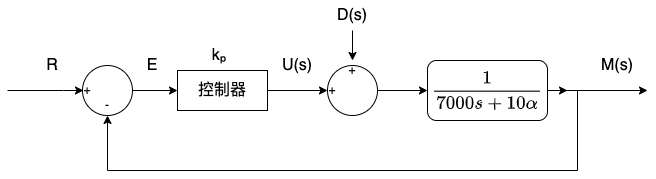
Above: images/block/prop.drawio.png in ivaquero/book-control (draw.io), before the change. Source tidied: cells renumbered, new cells last; positions are measured from the earlier drawing's top-left corner, leaving out a move shared by most shapes. Its diagram source:
```xml
<mxGraphModel math="1">
  <root>
    <mxCell id="0" />
    <mxCell id="1" parent="0" />
    <mxCell id="2" style="edgeStyle=orthogonalEdgeStyle;html=1;exitX=1;exitY=0.5;exitDx=0;exitDy=0;entryX=0.5;entryY=1;entryDx=0;entryDy=0;fontSize=16;rounded=0;" parent="1" edge="1" source="5" target="18">
      <mxGeometry relative="1" as="geometry">
        <Array as="points">
          <mxPoint x="570" y="90" />
          <mxPoint x="570" y="170" />
          <mxPoint x="100" y="170" />
        </Array>
      </mxGeometry>
    </mxCell>
    <mxCell id="3" style="edgeStyle=orthogonalEdgeStyle;rounded=0;html=1;exitX=1;exitY=0.5;exitDx=0;exitDy=0;fontSize=16;" parent="1" edge="1" source="5">
      <mxGeometry relative="1" as="geometry">
        <mxPoint x="560" y="90" as="targetPoint" />
      </mxGeometry>
    </mxCell>
    <mxCell id="4" style="edgeStyle=orthogonalEdgeStyle;rounded=0;html=1;exitX=1;exitY=0.5;exitDx=0;exitDy=0;fontSize=16;" parent="1" edge="1" source="5">
      <mxGeometry relative="1" as="geometry">
        <mxPoint x="640" y="90" as="targetPoint" />
      </mxGeometry>
    </mxCell>
    <mxCell id="5" value="$$\frac{1}{7000s + 10α}$$" style="rounded=1;whiteSpace=wrap;html=1;fontSize=16;" parent="1" vertex="1">
      <mxGeometry x="420" y="60" width="120" height="60" as="geometry" />
    </mxCell>
    <mxCell id="6" style="edgeStyle=none;html=1;" parent="1" edge="1" source="13" target="5">
      <mxGeometry relative="1" as="geometry" />
    </mxCell>
    <mxCell id="7" value="控制器" style="rounded=0;whiteSpace=wrap;html=1;fontSize=16;" parent="1" vertex="1">
      <mxGeometry x="170" y="70" width="90" height="40" as="geometry" />
    </mxCell>
    <mxCell id="8" style="edgeStyle=none;html=1;endArrow=none;" parent="1" edge="1" source="7" target="16">
      <mxGeometry relative="1" as="geometry" />
    </mxCell>
    <mxCell id="9" value="&lt;font style=&quot;font-size: 16px;&quot;&gt;U(s)&lt;/font&gt;" style="text;html=1;strokeColor=none;fillColor=none;align=center;verticalAlign=middle;whiteSpace=wrap;rounded=0;fontSize=16;" parent="1" vertex="1">
      <mxGeometry x="260" y="50" width="60" height="30" as="geometry" />
    </mxCell>
    <mxCell id="10" style="edgeStyle=none;html=1;entryX=0.5;entryY=0;entryDx=0;entryDy=0;" parent="1" edge="1" source="11" target="15">
      <mxGeometry relative="1" as="geometry" />
    </mxCell>
    <mxCell id="11" value="&lt;font style=&quot;font-size: 16px;&quot;&gt;D(s)&lt;/font&gt;" style="text;html=1;strokeColor=none;fillColor=none;align=center;verticalAlign=middle;whiteSpace=wrap;rounded=0;" parent="1" vertex="1">
      <mxGeometry x="315" width="60" height="30" as="geometry" />
    </mxCell>
    <mxCell id="12" style="group;" parent="1" vertex="1">
      <mxGeometry x="315" y="60" width="55" height="55" as="geometry" />
    </mxCell>
    <mxCell id="13" value="&lt;div style=&quot;text-align: left;&quot;&gt;&lt;br&gt;&lt;/div&gt;" style="ellipse;whiteSpace=wrap;html=1;" parent="12" vertex="1">
      <mxGeometry x="5" y="5" width="50" height="50" as="geometry" />
    </mxCell>
    <mxCell id="14" style="edgeStyle=none;html=1;startArrow=none;" parent="12" edge="1" source="16" target="13">
      <mxGeometry relative="1" as="geometry" />
    </mxCell>
    <mxCell id="15" value="+" style="text;html=1;strokeColor=none;fillColor=none;align=center;verticalAlign=middle;whiteSpace=wrap;rounded=0;" parent="12" vertex="1">
      <mxGeometry x="20" width="20" height="20" as="geometry" />
    </mxCell>
    <mxCell id="16" value="+" style="text;html=1;strokeColor=none;fillColor=none;align=center;verticalAlign=middle;whiteSpace=wrap;rounded=0;" parent="12" vertex="1">
      <mxGeometry y="20" width="20" height="20" as="geometry" />
    </mxCell>
    <mxCell id="17" style="edgeStyle=none;html=1;fontSize=16;" parent="1" edge="1" source="18" target="7">
      <mxGeometry relative="1" as="geometry" />
    </mxCell>
    <mxCell id="18" value="&lt;div style=&quot;text-align: left;&quot;&gt;&lt;br&gt;&lt;/div&gt;" style="ellipse;whiteSpace=wrap;html=1;" parent="1" vertex="1">
      <mxGeometry x="75" y="65" width="50" height="50" as="geometry" />
    </mxCell>
    <mxCell id="19" value="+" style="text;html=1;strokeColor=none;fillColor=none;align=center;verticalAlign=middle;whiteSpace=wrap;rounded=0;" parent="1" vertex="1">
      <mxGeometry x="70" y="80" width="20" height="20" as="geometry" />
    </mxCell>
    <mxCell id="20" value="-" style="text;html=1;strokeColor=none;fillColor=none;align=center;verticalAlign=middle;whiteSpace=wrap;rounded=0;" parent="1" vertex="1">
      <mxGeometry x="90" y="95" width="20" height="20" as="geometry" />
    </mxCell>
    <mxCell id="21" style="edgeStyle=orthogonalEdgeStyle;rounded=0;html=1;fontSize=16;" parent="1" edge="1">
      <mxGeometry relative="1" as="geometry">
        <mxPoint y="90" as="sourcePoint" />
        <mxPoint x="76" y="90" as="targetPoint" />
        <Array as="points">
          <mxPoint x="56" y="90" />
          <mxPoint x="56" y="90" />
        </Array>
      </mxGeometry>
    </mxCell>
    <mxCell id="22" value="&lt;font style=&quot;font-size: 16px;&quot;&gt;M(s)&lt;/font&gt;" style="text;html=1;strokeColor=none;fillColor=none;align=center;verticalAlign=middle;whiteSpace=wrap;rounded=0;" parent="1" vertex="1">
      <mxGeometry x="580" y="50" width="60" height="30" as="geometry" />
    </mxCell>
    <mxCell id="23" value="&lt;font style=&quot;font-size: 16px;&quot;&gt;R&lt;/font&gt;" style="text;html=1;strokeColor=none;fillColor=none;align=center;verticalAlign=middle;whiteSpace=wrap;rounded=0;" parent="1" vertex="1">
      <mxGeometry x="15" y="50" width="60" height="30" as="geometry" />
    </mxCell>
    <mxCell id="24" value="&lt;font style=&quot;font-size: 16px;&quot;&gt;E&lt;/font&gt;" style="text;html=1;strokeColor=none;fillColor=none;align=center;verticalAlign=middle;whiteSpace=wrap;rounded=0;" parent="1" vertex="1">
      <mxGeometry x="125" y="52.5" width="40" height="25" as="geometry" />
    </mxCell>
    <mxCell id="25" value="&lt;font style=&quot;font-size: 16px;&quot;&gt;kₚ&lt;/font&gt;" style="text;html=1;strokeColor=none;fillColor=none;align=center;verticalAlign=middle;whiteSpace=wrap;rounded=0;" parent="1" vertex="1">
      <mxGeometry x="182" y="40" width="60" height="30" as="geometry" />
    </mxCell>
  </root>
</mxGraphModel>
```
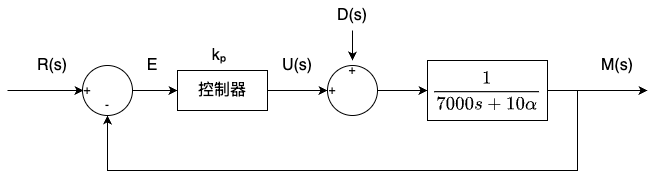
The same diagram one commit later.

Change to the diagram source:
```diff
@@ -2,8 +2,9 @@
   <root>
     <mxCell id="0" />
     <mxCell id="1" parent="0" />
-    <mxCell id="2" style="edgeStyle=orthogonalEdgeStyle;html=1;exitX=1;exitY=0.5;exitDx=0;exitDy=0;entryX=0.5;entryY=1;entryDx=0;entryDy=0;fontSize=16;rounded=0;" parent="1" edge="1" source="5" target="18">
+    <mxCell id="2" style="edgeStyle=orthogonalEdgeStyle;html=1;entryX=0.5;entryY=1;entryDx=0;entryDy=0;fontSize=16;rounded=0;" parent="1" edge="1" target="18">
       <mxGeometry relative="1" as="geometry">
+        <mxPoint x="570" y="90" as="sourcePoint" />
         <Array as="points">
           <mxPoint x="570" y="90" />
           <mxPoint x="570" y="170" />
@@ -11,17 +12,12 @@
         </Array>
       </mxGeometry>
     </mxCell>
-    <mxCell id="3" style="edgeStyle=orthogonalEdgeStyle;rounded=0;html=1;exitX=1;exitY=0.5;exitDx=0;exitDy=0;fontSize=16;" parent="1" edge="1" source="5">
-      <mxGeometry relative="1" as="geometry">
-        <mxPoint x="560" y="90" as="targetPoint" />
-      </mxGeometry>
-    </mxCell>
     <mxCell id="4" style="edgeStyle=orthogonalEdgeStyle;rounded=0;html=1;exitX=1;exitY=0.5;exitDx=0;exitDy=0;fontSize=16;" parent="1" edge="1" source="5">
       <mxGeometry relative="1" as="geometry">
         <mxPoint x="640" y="90" as="targetPoint" />
       </mxGeometry>
     </mxCell>
-    <mxCell id="5" value="$$\frac{1}{7000s + 10α}$$" style="rounded=1;whiteSpace=wrap;html=1;fontSize=16;" parent="1" vertex="1">
+    <mxCell id="5" value="$$\frac{1}{7000s + 10α}$$" style="rounded=0;whiteSpace=wrap;html=1;fontSize=16;" parent="1" vertex="1">
       <mxGeometry x="420" y="60" width="120" height="60" as="geometry" />
     </mxCell>
     <mxCell id="6" style="edgeStyle=none;html=1;" parent="1" edge="1" source="13" target="5">
@@ -82,7 +78,7 @@
     <mxCell id="22" value="&lt;font style=&quot;font-size: 16px;&quot;&gt;M(s)&lt;/font&gt;" style="text;html=1;strokeColor=none;fillColor=none;align=center;verticalAlign=middle;whiteSpace=wrap;rounded=0;" parent="1" vertex="1">
       <mxGeometry x="580" y="50" width="60" height="30" as="geometry" />
     </mxCell>
-    <mxCell id="23" value="&lt;font style=&quot;font-size: 16px;&quot;&gt;R&lt;/font&gt;" style="text;html=1;strokeColor=none;fillColor=none;align=center;verticalAlign=middle;whiteSpace=wrap;rounded=0;" parent="1" vertex="1">
+    <mxCell id="23" value="&lt;font style=&quot;font-size: 16px;&quot;&gt;R(s)&lt;/font&gt;" style="text;html=1;strokeColor=none;fillColor=none;align=center;verticalAlign=middle;whiteSpace=wrap;rounded=0;" parent="1" vertex="1">
       <mxGeometry x="15" y="50" width="60" height="30" as="geometry" />
     </mxCell>
     <mxCell id="24" value="&lt;font style=&quot;font-size: 16px;&quot;&gt;E&lt;/font&gt;" style="text;html=1;strokeColor=none;fillColor=none;align=center;verticalAlign=middle;whiteSpace=wrap;rounded=0;" parent="1" vertex="1">
```
